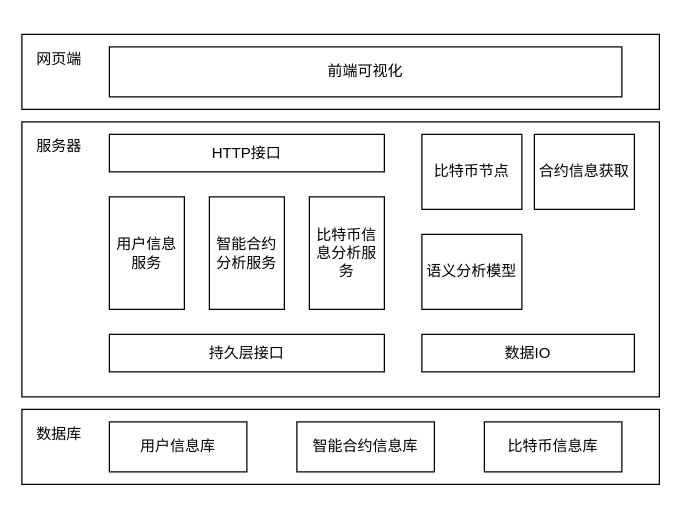
Earlier version of the draw.io diagram New_construction.drawio (wang2gua/test). Source tidied: cells renumbered, new cells numbered last; positions are measured from the earlier drawing's top-left corner, leaving out a move shared by most shapes. Both pictures are drawn from the tidied source at 125%, with x=0, y=0 at pixel (21, 34).
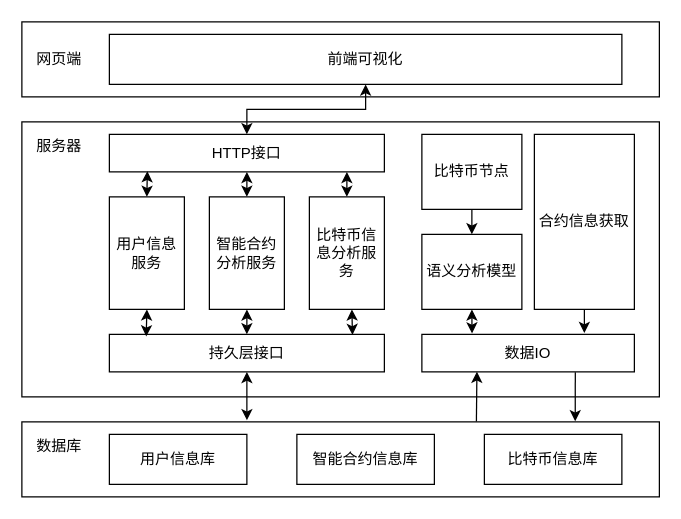
After the change.

Unchanged cells that the change refers to:
```xml
<mxCell id="8" value="HTTP接口" style="rounded=0;whiteSpace=wrap;html=1;" parent="1" vertex="1">
  <mxGeometry x="70" y="80" width="220" height="30" as="geometry" />
</mxCell>
<mxCell id="9" value="持久层接口" style="rounded=0;whiteSpace=wrap;html=1;" parent="1" vertex="1">
  <mxGeometry x="70" y="240" width="220" height="30" as="geometry" />
</mxCell>
<mxCell id="10" value="比特币节点" style="rounded=0;whiteSpace=wrap;html=1;" parent="1" vertex="1">
  <mxGeometry x="320" y="80" width="80" height="60" as="geometry" />
</mxCell>
<mxCell id="12" value="语义分析模型" style="rounded=0;whiteSpace=wrap;html=1;" parent="1" vertex="1">
  <mxGeometry x="320" y="160" width="80" height="60" as="geometry" />
</mxCell>
<mxCell id="13" value="数据IO" style="rounded=0;whiteSpace=wrap;html=1;" parent="1" vertex="1">
  <mxGeometry x="320" y="240" width="170" height="30" as="geometry" />
</mxCell>
<mxCell id="14" value="智能合约分析服务" style="rounded=0;whiteSpace=wrap;html=1;" parent="1" vertex="1">
  <mxGeometry x="150" y="130" width="60" height="90" as="geometry" />
</mxCell>
<mxCell id="15" value="比特币信息分析服务" style="rounded=0;whiteSpace=wrap;html=1;" parent="1" vertex="1">
  <mxGeometry x="230" y="130" width="60" height="90" as="geometry" />
</mxCell>
<mxCell id="16" value="用户信息服务" style="rounded=0;whiteSpace=wrap;html=1;" parent="1" vertex="1">
  <mxGeometry x="70" y="130" width="60" height="90" as="geometry" />
</mxCell>
```

What changed in the source:
```diff
@@
     <mxCell id="2" style="rounded=0;whiteSpace=wrap;html=1;" parent="1" vertex="1">
-      <mxGeometry width="510" height="60" as="geometry" />
+      <mxGeometry y="-10" width="510" height="60" as="geometry" />
     </mxCell>
@@
     <mxCell id="4" style="rounded=0;whiteSpace=wrap;html=1;align=left;spacingTop=10;" parent="1" vertex="1">
-      <mxGeometry y="300" width="510" height="60" as="geometry" />
+      <mxGeometry y="310" width="510" height="60" as="geometry" />
     </mxCell>
@@
     <mxCell id="7" value="前端可视化" style="rounded=0;whiteSpace=wrap;html=1;" parent="1" vertex="1">
-      <mxGeometry x="70" y="10" width="410" height="40" as="geometry" />
+      <mxGeometry x="70" width="410" height="40" as="geometry" />
     </mxCell>
@@
     <mxCell id="11" value="合约信息获取" style="rounded=0;whiteSpace=wrap;html=1;" parent="1" vertex="1">
-      <mxGeometry x="410" y="80" width="80" height="60" as="geometry" />
+      <mxGeometry x="410" y="80" width="80" height="140" as="geometry" />
     </mxCell>
@@
     <mxCell id="17" value="数据库" style="text;html=1;strokeColor=none;fillColor=none;align=center;verticalAlign=middle;whiteSpace=wrap;rounded=0;" parent="1" vertex="1">
-      <mxGeometry x="10" y="310" width="40" height="20" as="geometry" />
+      <mxGeometry x="10" y="320" width="40" height="20" as="geometry" />
     </mxCell>
     <mxCell id="18" value="用户信息库" style="rounded=0;whiteSpace=wrap;html=1;" parent="1" vertex="1">
-      <mxGeometry x="70" y="310" width="110" height="40" as="geometry" />
+      <mxGeometry x="70" y="320" width="110" height="40" as="geometry" />
     </mxCell>
     <mxCell id="19" value="智能合约信息库" style="rounded=0;whiteSpace=wrap;html=1;" parent="1" vertex="1">
-      <mxGeometry x="220" y="310" width="110" height="40" as="geometry" />
+      <mxGeometry x="220" y="320" width="110" height="40" as="geometry" />
     </mxCell>
     <mxCell id="20" value="比特币信息库" style="rounded=0;whiteSpace=wrap;html=1;" parent="1" vertex="1">
-      <mxGeometry x="370" y="310" width="110" height="40" as="geometry" />
+      <mxGeometry x="370" y="320" width="110" height="40" as="geometry" />
     </mxCell>
+    <mxCell id="21" style="endArrow=classic;startArrow=classic;html=1;exitX=0.5;exitY=0;exitDx=0;exitDy=0;entryX=0.5;entryY=1;entryDx=0;entryDy=0;rounded=0;" parent="1" edge="1" source="8" target="7">
+      <mxGeometry relative="1" as="geometry">
+        <Array as="points">
+          <mxPoint x="180" y="60" />
+          <mxPoint x="275" y="60" />
+        </Array>
+      </mxGeometry>
+    </mxCell>
+    <mxCell id="22" style="endArrow=classic;html=1;entryX=0.259;entryY=0.995;entryDx=0;entryDy=0;exitX=0.713;exitY=-0.006;exitDx=0;exitDy=0;exitPerimeter=0;entryPerimeter=0;" parent="1" edge="1" source="4" target="13">
+      <mxGeometry relative="1" as="geometry" />
+    </mxCell>
+    <mxCell id="23" style="endArrow=classic;html=1;exitX=0.722;exitY=1.012;exitDx=0;exitDy=0;exitPerimeter=0;entryX=0.868;entryY=-0.007;entryDx=0;entryDy=0;entryPerimeter=0;" parent="1" edge="1" source="13" target="4">
+      <mxGeometry relative="1" as="geometry" />
+    </mxCell>
+    <mxCell id="24" style="endArrow=classic;startArrow=classic;html=1;entryX=0.5;entryY=1;entryDx=0;entryDy=0;exitX=0.353;exitY=-0.022;exitDx=0;exitDy=0;exitPerimeter=0;" parent="1" edge="1" source="4" target="9">
+      <mxGeometry relative="1" as="geometry" />
+    </mxCell>
+    <mxCell id="25" style="endArrow=classic;startArrow=classic;html=1;entryX=0.5;entryY=0;entryDx=0;entryDy=0;exitX=0.138;exitY=0.981;exitDx=0;exitDy=0;exitPerimeter=0;" parent="1" edge="1" source="8" target="16">
+      <mxGeometry relative="1" as="geometry" />
+    </mxCell>
+    <mxCell id="26" style="endArrow=classic;startArrow=classic;html=1;exitX=0.5;exitY=0;exitDx=0;exitDy=0;entryX=0.5;entryY=1;entryDx=0;entryDy=0;" parent="1" edge="1" source="14" target="8">
+      <mxGeometry relative="1" as="geometry" />
+    </mxCell>
+    <mxCell id="27" style="endArrow=classic;startArrow=classic;html=1;exitX=0.5;exitY=0;exitDx=0;exitDy=0;" parent="1" edge="1" source="15">
+      <mxGeometry relative="1" as="geometry">
+        <mxPoint x="260" y="110" as="targetPoint" />
+      </mxGeometry>
+    </mxCell>
+    <mxCell id="28" style="endArrow=classic;startArrow=classic;html=1;exitX=0.5;exitY=1;exitDx=0;exitDy=0;entryX=0.134;entryY=0.054;entryDx=0;entryDy=0;entryPerimeter=0;" parent="1" edge="1" source="16" target="9">
+      <mxGeometry relative="1" as="geometry" />
+    </mxCell>
+    <mxCell id="29" style="endArrow=classic;startArrow=classic;html=1;exitX=0.5;exitY=1;exitDx=0;exitDy=0;entryX=0.5;entryY=0;entryDx=0;entryDy=0;" parent="1" edge="1" source="14" target="9">
+      <mxGeometry relative="1" as="geometry" />
+    </mxCell>
+    <mxCell id="30" style="endArrow=classic;startArrow=classic;html=1;exitX=0.884;exitY=0.016;exitDx=0;exitDy=0;exitPerimeter=0;" parent="1" edge="1" source="9">
+      <mxGeometry relative="1" as="geometry">
+        <mxPoint x="264" y="220" as="targetPoint" />
+      </mxGeometry>
+    </mxCell>
+    <mxCell id="31" style="endArrow=classic;html=1;exitX=0.5;exitY=1;exitDx=0;exitDy=0;entryX=0.5;entryY=0;entryDx=0;entryDy=0;" parent="1" edge="1" source="10" target="12">
+      <mxGeometry relative="1" as="geometry" />
+    </mxCell>
+    <mxCell id="32" style="endArrow=classic;html=1;exitX=0.5;exitY=1;exitDx=0;exitDy=0;" parent="1" edge="1" source="11">
+      <mxGeometry relative="1" as="geometry">
+        <mxPoint x="450" y="239" as="targetPoint" />
+      </mxGeometry>
+    </mxCell>
+    <mxCell id="33" style="endArrow=classic;startArrow=classic;html=1;exitX=0.236;exitY=-0.025;exitDx=0;exitDy=0;entryX=0.5;entryY=1;entryDx=0;entryDy=0;exitPerimeter=0;" parent="1" edge="1" source="13" target="12">
+      <mxGeometry relative="1" as="geometry" />
+    </mxCell>
```
